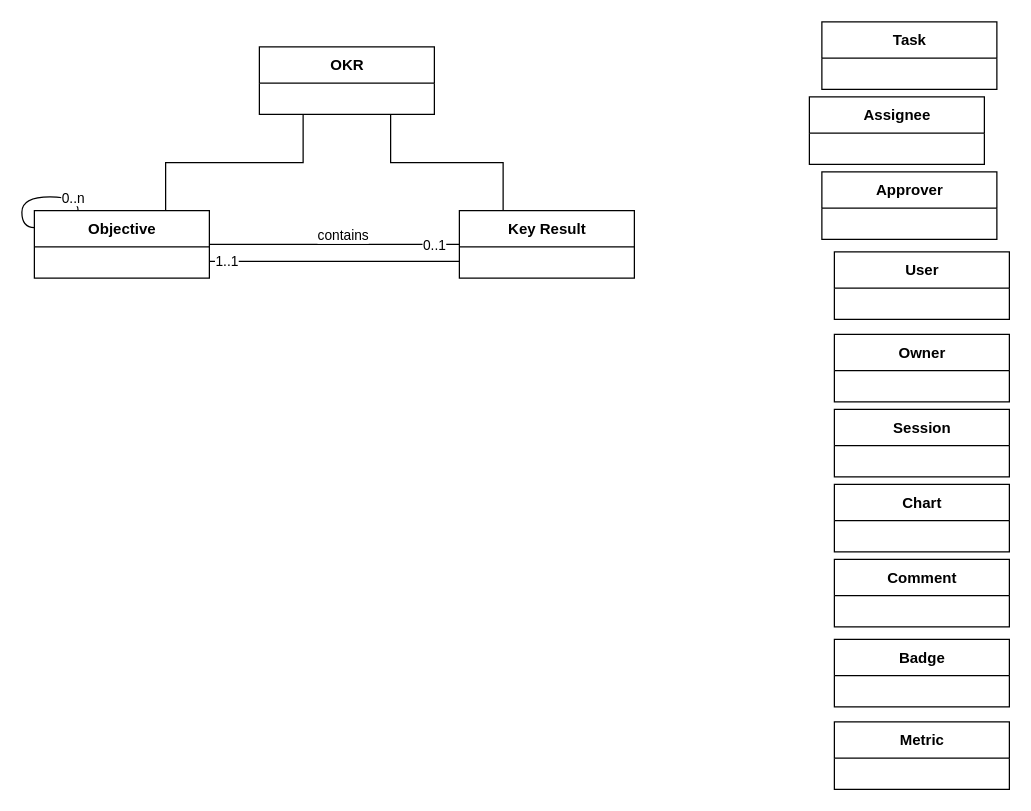
Before: diagrams/domain diagram.drawio in KhFendri/OKR_UML, a draw.io diagram. Source tidied: cells renumbered, new cells numbered last; positions are measured from the earlier drawing's top-left corner, leaving out a move shared by most shapes. Both pictures are drawn from the tidied source at 125%, with x=0, y=0 at pixel (21, 21).
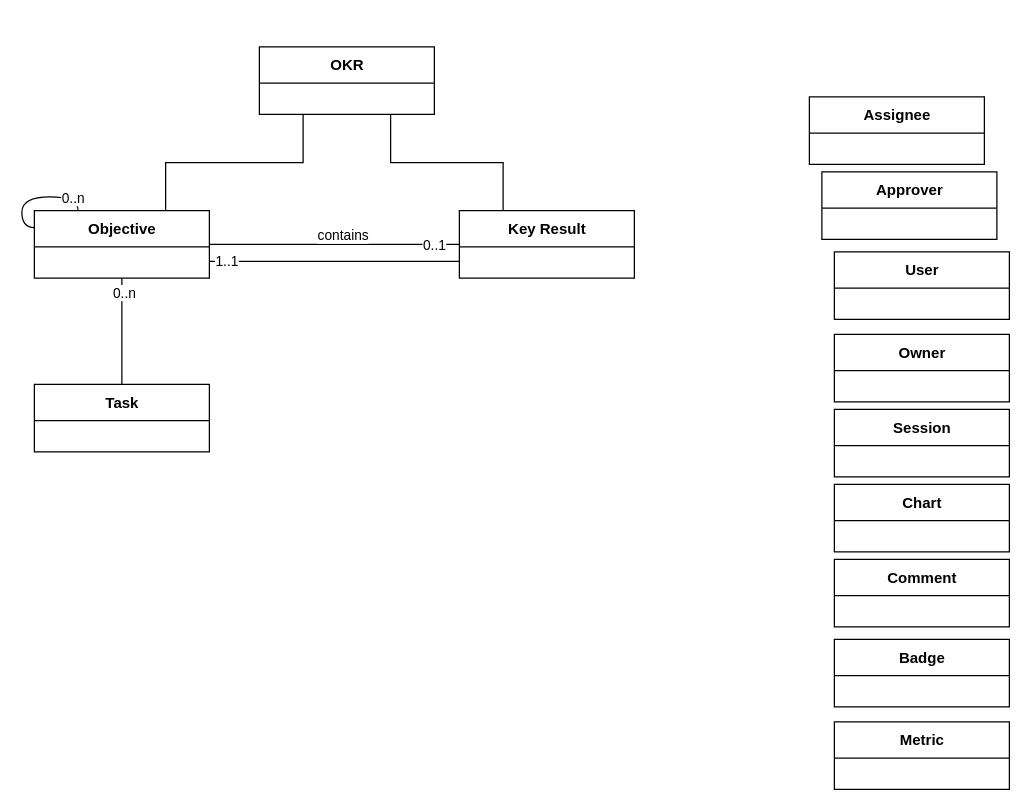
The same page after the edit.

Unchanged cells that the change refers to:
```xml
<mxCell id="22" value="Objective" style="swimlane;fontStyle=1;align=center;verticalAlign=middle;horizontal=1;startSize=29;html=1;" parent="21" vertex="1">
  <mxGeometry x="10" y="11" width="140" height="54" as="geometry" />
</mxCell>
```

Diff of the diagram source:
```diff
@@
     <mxCell id="18" value="Task" style="swimlane;fontStyle=1;align=center;verticalAlign=middle;horizontal=1;startSize=29;html=1;" parent="1" vertex="1">
-      <mxGeometry x="640" width="140" height="54" as="geometry" />
+      <mxGeometry x="10" y="290" width="140" height="54" as="geometry" />
     </mxCell>
@@
+    <mxCell id="25" style="rounded=0;jettySize=auto;html=1;entryX=0.5;entryY=0;entryDx=0;entryDy=0;endArrow=none;endFill=0;" parent="1" edge="1" source="22" target="18">
+      <mxGeometry relative="1" as="geometry" />
+    </mxCell>
+    <mxCell id="26" value="0..n" style="edgeLabel;html=1;align=center;verticalAlign=middle;" parent="25" vertex="1">
+      <mxGeometry x="-0.75" y="1" relative="1" as="geometry" />
+    </mxCell>
```
